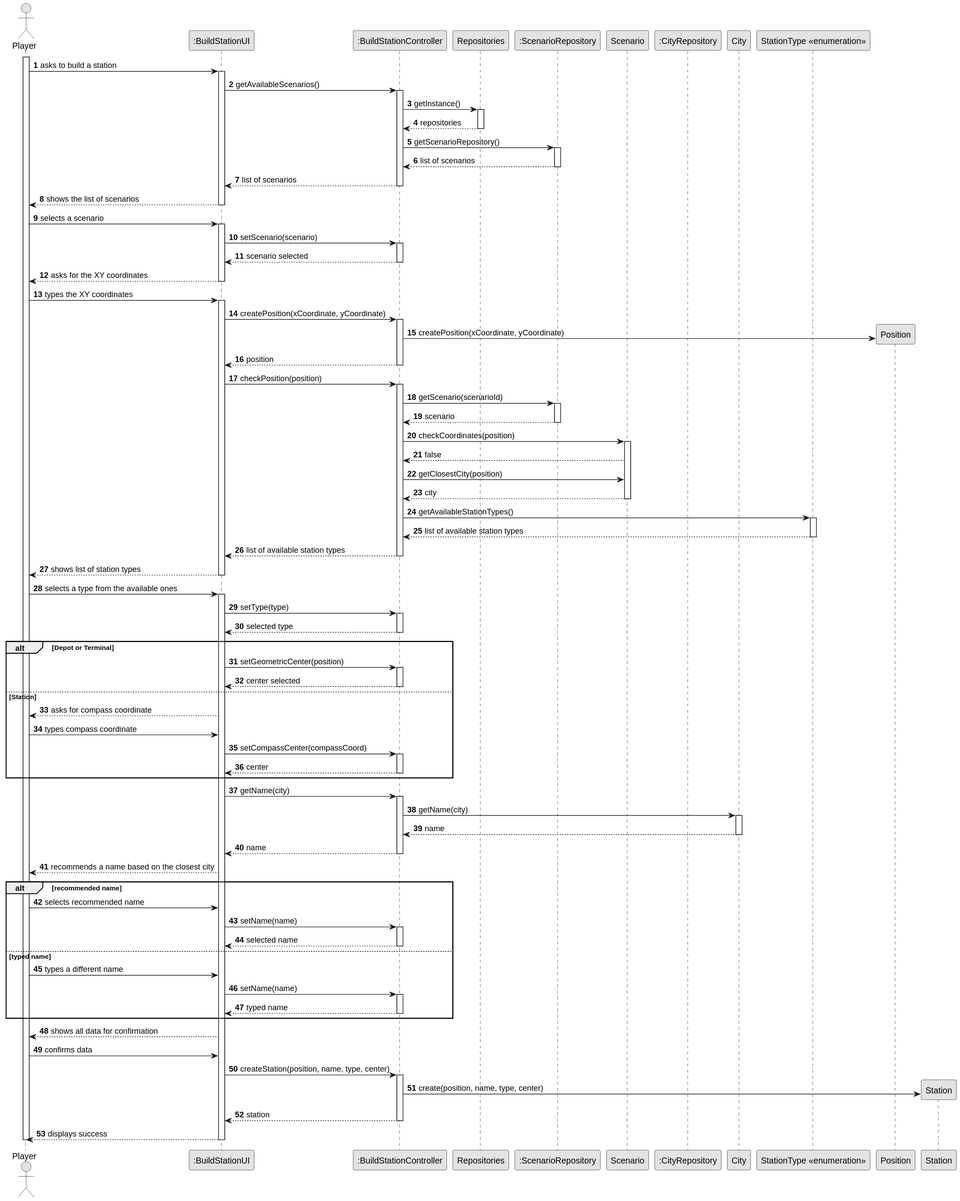
Earlier version of the PlantUML export Sprint2/US005/03.design/svg/US005-SD-full.svg (1240935/pi2-railway-simulator).
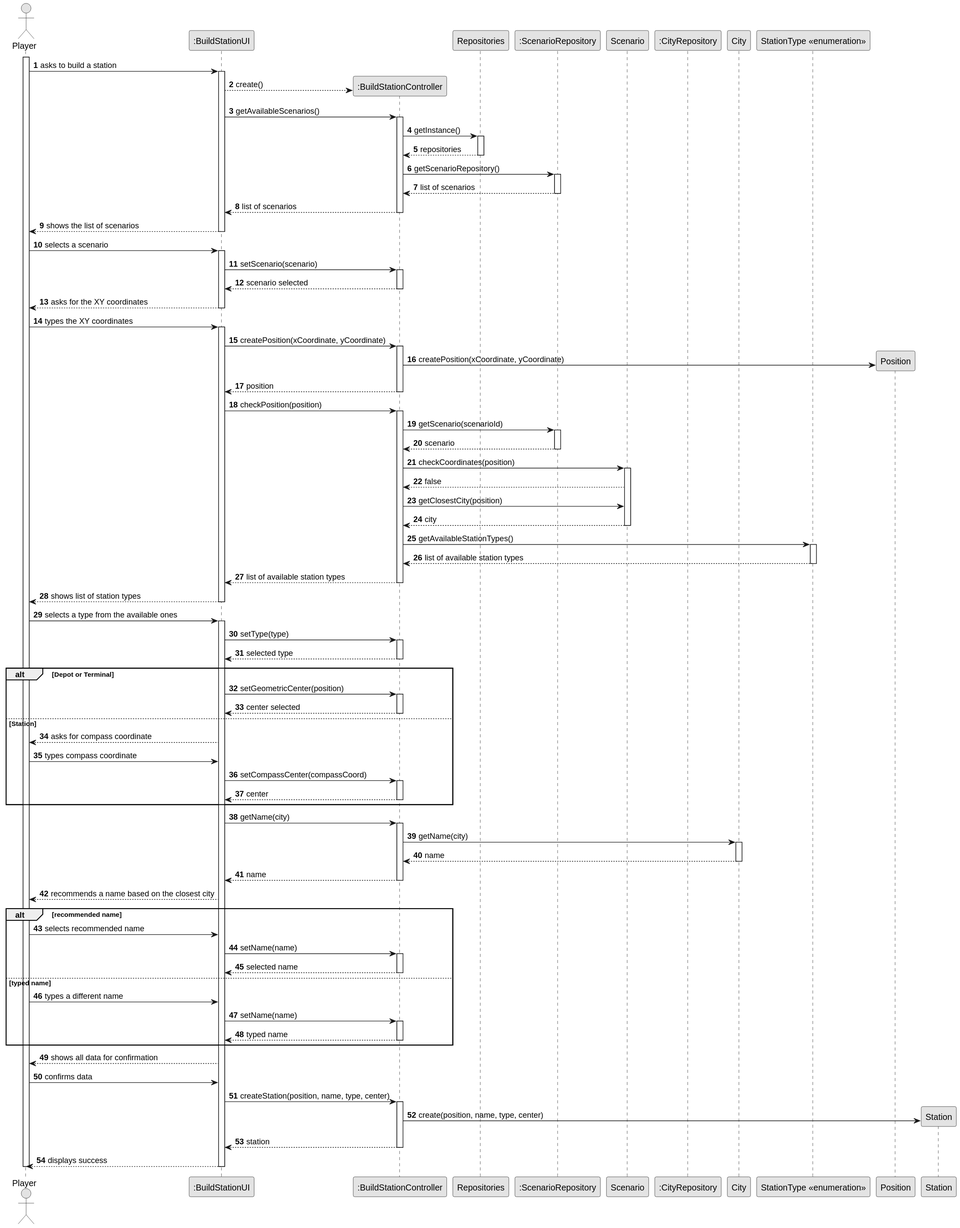
After the commit.

Diff of the diagram source:
```diff
@@ -22,6 +22,8 @@
 
     PLAYER -> UI : asks to build a station
     activate UI
+
+       UI --> CTRL** : create()
 
         UI -> CTRL : getAvailableScenarios()
         activate CTRL
```
